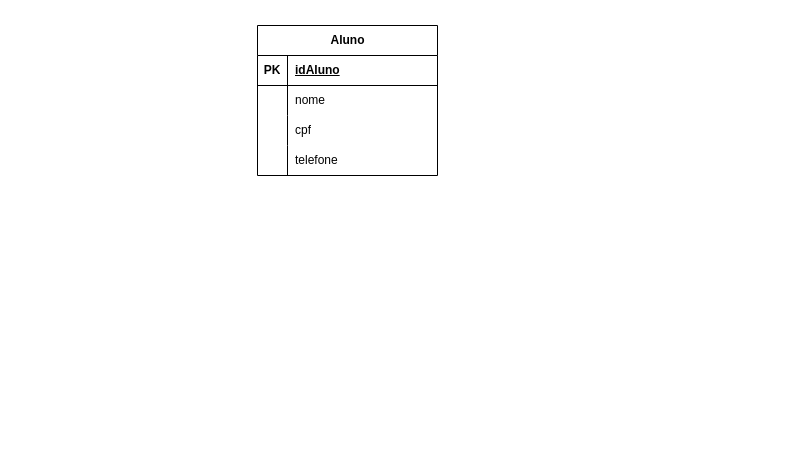
churial15/Banco_de_dados keeps this draw.io diagram as DER-Lógico.drawio. Above is the earlier version. Source tidied: cells renumbered, new cells numbered last; positions are measured from the earlier drawing's top-left corner, leaving out a move shared by most shapes. Both pictures are drawn from the tidied source at 100%, with x=0, y=0 at pixel (257, 25).
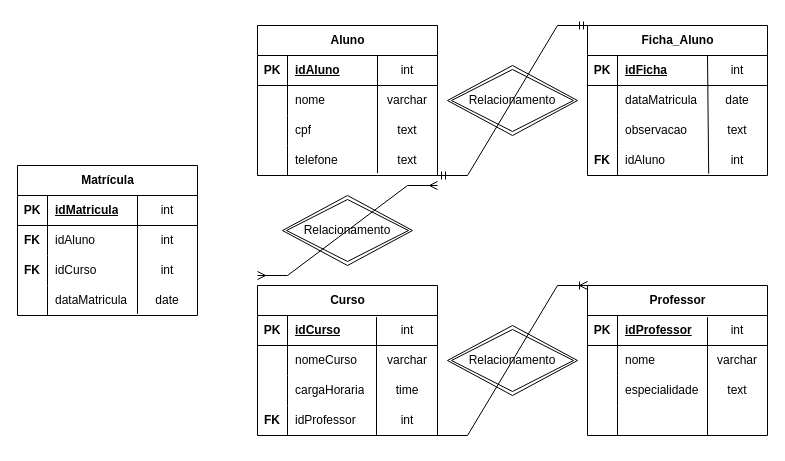
The same diagram, later.

The change refers to these unchanged cells:
```xml
<mxCell id="2" value="Aluno" style="shape=table;startSize=30;childLayout=tableLayout;rowLines=0;fontStyle=1;align=center;html=1;" parent="1" vertex="1">
  <mxGeometry width="180" height="150" as="geometry" />
</mxCell>
```

Change to the diagram source:
```diff
@@
+    <mxCell id="15" style="endArrow=none;html=1;rounded=0;entryX=0.799;entryY=0.047;entryDx=0;entryDy=0;entryPerimeter=0;exitX=0.799;exitY=0.967;exitDx=0;exitDy=0;exitPerimeter=0;" parent="2" edge="1">
+      <mxGeometry relative="1" as="geometry">
+        <mxPoint x="120" y="147.6" as="sourcePoint" />
+        <mxPoint x="120" y="30" as="targetPoint" />
+      </mxGeometry>
+    </mxCell>
@@
+    <mxCell id="16" value="Ficha_Aluno" style="shape=table;startSize=30;childLayout=tableLayout;rowLines=0;fontStyle=1;align=center;html=1;" parent="1" vertex="1">
+      <mxGeometry x="330" width="180" height="150" as="geometry" />
+    </mxCell>
+    <mxCell id="17" style="shape=tableRow;horizontal=0;startSize=0;swimlaneHead=0;swimlaneBody=0;fillColor=none;top=0;left=0;right=0;bottom=1;" parent="16" vertex="1">
+      <mxGeometry y="30" width="180" height="30" as="geometry" />
+    </mxCell>
+    <mxCell id="18" value="PK" style="shape=partialRectangle;fillColor=none;top=0;left=0;bottom=0;right=0;fontStyle=1;overflow=hidden;whiteSpace=wrap;html=1;" parent="17" vertex="1">
+      <mxGeometry width="30" height="30" as="geometry" />
+    </mxCell>
+    <mxCell id="19" value="idFicha" style="shape=partialRectangle;fillColor=none;top=0;left=0;bottom=0;right=0;align=left;spacingLeft=6;fontStyle=5;overflow=hidden;whiteSpace=wrap;html=1;" parent="17" vertex="1">
+      <mxGeometry x="30" width="150" height="30" as="geometry" />
+    </mxCell>
+    <mxCell id="20" style="shape=tableRow;horizontal=0;startSize=0;swimlaneHead=0;swimlaneBody=0;fillColor=none;top=0;left=0;right=0;bottom=0;" parent="16" vertex="1">
+      <mxGeometry y="60" width="180" height="30" as="geometry" />
+    </mxCell>
+    <mxCell id="21" style="shape=partialRectangle;fillColor=none;top=0;left=0;bottom=0;right=0;overflow=hidden;whiteSpace=wrap;html=1;" parent="20" vertex="1">
+      <mxGeometry width="30" height="30" as="geometry" />
+    </mxCell>
+    <mxCell id="22" value="dataMatricula" style="shape=partialRectangle;fillColor=none;top=0;left=0;bottom=0;right=0;align=left;spacingLeft=6;overflow=hidden;whiteSpace=wrap;html=1;" parent="20" vertex="1">
+      <mxGeometry x="30" width="150" height="30" as="geometry" />
+    </mxCell>
+    <mxCell id="23" style="shape=tableRow;horizontal=0;startSize=0;swimlaneHead=0;swimlaneBody=0;fillColor=none;top=0;left=0;right=0;bottom=0;" parent="16" vertex="1">
+      <mxGeometry y="90" width="180" height="30" as="geometry" />
+    </mxCell>
+    <mxCell id="24" style="shape=partialRectangle;fillColor=none;top=0;left=0;bottom=0;right=0;overflow=hidden;whiteSpace=wrap;html=1;" parent="23" vertex="1">
+      <mxGeometry width="30" height="30" as="geometry" />
+    </mxCell>
+    <mxCell id="25" value="observacao" style="shape=partialRectangle;fillColor=none;top=0;left=0;bottom=0;right=0;align=left;spacingLeft=6;overflow=hidden;whiteSpace=wrap;html=1;" parent="23" vertex="1">
+      <mxGeometry x="30" width="150" height="30" as="geometry" />
+    </mxCell>
+    <mxCell id="26" style="endArrow=none;html=1;rounded=0;exitX=0.801;exitY=0.94;exitDx=0;exitDy=0;exitPerimeter=0;" parent="16" edge="1">
+      <mxGeometry relative="1" as="geometry">
+        <mxPoint x="121.2" y="148.2" as="sourcePoint" />
+        <mxPoint x="120" y="30" as="targetPoint" />
+      </mxGeometry>
+    </mxCell>
+    <mxCell id="27" style="shape=tableRow;horizontal=0;startSize=0;swimlaneHead=0;swimlaneBody=0;fillColor=none;top=0;left=0;right=0;bottom=0;" parent="16" vertex="1">
+      <mxGeometry y="120" width="180" height="30" as="geometry" />
+    </mxCell>
+    <mxCell id="28" value="&lt;b&gt;FK&lt;/b&gt;" style="shape=partialRectangle;fillColor=none;top=0;left=0;bottom=0;right=0;overflow=hidden;whiteSpace=wrap;html=1;" parent="27" vertex="1">
+      <mxGeometry width="30" height="30" as="geometry" />
+    </mxCell>
+    <mxCell id="29" value="idAluno" style="shape=partialRectangle;fillColor=none;top=0;left=0;bottom=0;right=0;align=left;spacingLeft=6;overflow=hidden;whiteSpace=wrap;html=1;" parent="27" vertex="1">
+      <mxGeometry x="30" width="150" height="30" as="geometry" />
+    </mxCell>
+    <mxCell id="30" value="Professor" style="shape=table;startSize=30;childLayout=tableLayout;rowLines=0;fontStyle=1;align=center;html=1;" parent="1" vertex="1">
+      <mxGeometry x="330" y="260" width="180" height="150" as="geometry" />
+    </mxCell>
+    <mxCell id="31" style="shape=tableRow;horizontal=0;startSize=0;swimlaneHead=0;swimlaneBody=0;fillColor=none;top=0;left=0;right=0;bottom=1;" parent="30" vertex="1">
+      <mxGeometry y="30" width="180" height="30" as="geometry" />
+    </mxCell>
+    <mxCell id="32" value="PK" style="shape=partialRectangle;fillColor=none;top=0;left=0;bottom=0;right=0;fontStyle=1;overflow=hidden;whiteSpace=wrap;html=1;" parent="31" vertex="1">
+      <mxGeometry width="30" height="30" as="geometry" />
+    </mxCell>
+    <mxCell id="33" value="idProfessor" style="shape=partialRectangle;fillColor=none;top=0;left=0;bottom=0;right=0;align=left;spacingLeft=6;fontStyle=5;overflow=hidden;whiteSpace=wrap;html=1;" parent="31" vertex="1">
+      <mxGeometry x="30" width="150" height="30" as="geometry" />
+    </mxCell>
+    <mxCell id="34" style="shape=tableRow;horizontal=0;startSize=0;swimlaneHead=0;swimlaneBody=0;fillColor=none;top=0;left=0;right=0;bottom=0;" parent="30" vertex="1">
+      <mxGeometry y="60" width="180" height="30" as="geometry" />
+    </mxCell>
+    <mxCell id="35" style="shape=partialRectangle;fillColor=none;top=0;left=0;bottom=0;right=0;overflow=hidden;whiteSpace=wrap;html=1;" parent="34" vertex="1">
+      <mxGeometry width="30" height="30" as="geometry" />
+    </mxCell>
+    <mxCell id="36" value="nome" style="shape=partialRectangle;fillColor=none;top=0;left=0;bottom=0;right=0;align=left;spacingLeft=6;overflow=hidden;whiteSpace=wrap;html=1;" parent="34" vertex="1">
+      <mxGeometry x="30" width="150" height="30" as="geometry" />
+    </mxCell>
+    <mxCell id="37" style="shape=tableRow;horizontal=0;startSize=0;swimlaneHead=0;swimlaneBody=0;fillColor=none;top=0;left=0;right=0;bottom=0;" parent="30" vertex="1">
+      <mxGeometry y="90" width="180" height="30" as="geometry" />
+    </mxCell>
+    <mxCell id="38" style="shape=partialRectangle;fillColor=none;top=0;left=0;bottom=0;right=0;overflow=hidden;whiteSpace=wrap;html=1;" parent="37" vertex="1">
+      <mxGeometry width="30" height="30" as="geometry" />
+    </mxCell>
+    <mxCell id="39" value="especialidade" style="shape=partialRectangle;fillColor=none;top=0;left=0;bottom=0;right=0;align=left;spacingLeft=6;overflow=hidden;whiteSpace=wrap;html=1;" parent="37" vertex="1">
+      <mxGeometry x="30" width="150" height="30" as="geometry" />
+    </mxCell>
+    <mxCell id="40" style="shape=tableRow;horizontal=0;startSize=0;swimlaneHead=0;swimlaneBody=0;fillColor=none;top=0;left=0;right=0;bottom=0;" parent="30" vertex="1">
+      <mxGeometry y="120" width="180" height="30" as="geometry" />
+    </mxCell>
+    <mxCell id="41" style="shape=partialRectangle;fillColor=none;top=0;left=0;bottom=0;right=0;overflow=hidden;whiteSpace=wrap;html=1;" parent="40" vertex="1">
+      <mxGeometry width="30" height="30" as="geometry" />
+    </mxCell>
+    <mxCell id="42" style="shape=partialRectangle;fillColor=none;top=0;left=0;bottom=0;right=0;align=left;spacingLeft=6;overflow=hidden;whiteSpace=wrap;html=1;" parent="40" vertex="1">
+      <mxGeometry x="30" width="150" height="30" as="geometry" />
+    </mxCell>
+    <mxCell id="43" style="endArrow=none;html=1;rounded=0;entryX=0.797;entryY=-0.007;entryDx=0;entryDy=0;entryPerimeter=0;exitX=0.797;exitY=0.94;exitDx=0;exitDy=0;exitPerimeter=0;" parent="30" edge="1">
+      <mxGeometry relative="1" as="geometry">
+        <mxPoint x="120" y="150" as="sourcePoint" />
+        <mxPoint x="120" y="31.6" as="targetPoint" />
+      </mxGeometry>
+    </mxCell>
+    <mxCell id="44" value="Curso" style="shape=table;startSize=30;childLayout=tableLayout;rowLines=0;fontStyle=1;align=center;html=1;" parent="1" vertex="1">
+      <mxGeometry y="260" width="180" height="150" as="geometry" />
+    </mxCell>
+    <mxCell id="45" style="shape=tableRow;horizontal=0;startSize=0;swimlaneHead=0;swimlaneBody=0;fillColor=none;top=0;left=0;right=0;bottom=1;" parent="44" vertex="1">
+      <mxGeometry y="30" width="180" height="30" as="geometry" />
+    </mxCell>
+    <mxCell id="46" value="PK" style="shape=partialRectangle;fillColor=none;top=0;left=0;bottom=0;right=0;fontStyle=1;overflow=hidden;whiteSpace=wrap;html=1;" parent="45" vertex="1">
+      <mxGeometry width="30" height="30" as="geometry" />
+    </mxCell>
+    <mxCell id="47" value="idCurso" style="shape=partialRectangle;fillColor=none;top=0;left=0;bottom=0;right=0;align=left;spacingLeft=6;fontStyle=5;overflow=hidden;whiteSpace=wrap;html=1;" parent="45" vertex="1">
+      <mxGeometry x="30" width="150" height="30" as="geometry" />
+    </mxCell>
+    <mxCell id="48" style="shape=tableRow;horizontal=0;startSize=0;swimlaneHead=0;swimlaneBody=0;fillColor=none;top=0;left=0;right=0;bottom=0;" parent="44" vertex="1">
+      <mxGeometry y="60" width="180" height="30" as="geometry" />
+    </mxCell>
+    <mxCell id="49" style="shape=partialRectangle;fillColor=none;top=0;left=0;bottom=0;right=0;overflow=hidden;whiteSpace=wrap;html=1;" parent="48" vertex="1">
+      <mxGeometry width="30" height="30" as="geometry" />
+    </mxCell>
+    <mxCell id="50" value="nomeCurso" style="shape=partialRectangle;fillColor=none;top=0;left=0;bottom=0;right=0;align=left;spacingLeft=6;overflow=hidden;whiteSpace=wrap;html=1;" parent="48" vertex="1">
+      <mxGeometry x="30" width="150" height="30" as="geometry" />
+    </mxCell>
+    <mxCell id="51" style="shape=tableRow;horizontal=0;startSize=0;swimlaneHead=0;swimlaneBody=0;fillColor=none;top=0;left=0;right=0;bottom=0;" parent="44" vertex="1">
+      <mxGeometry y="90" width="180" height="30" as="geometry" />
+    </mxCell>
+    <mxCell id="52" style="shape=partialRectangle;fillColor=none;top=0;left=0;bottom=0;right=0;overflow=hidden;whiteSpace=wrap;html=1;" parent="51" vertex="1">
+      <mxGeometry width="30" height="30" as="geometry" />
+    </mxCell>
+    <mxCell id="53" value="cargaHoraria" style="shape=partialRectangle;fillColor=none;top=0;left=0;bottom=0;right=0;align=left;spacingLeft=6;overflow=hidden;whiteSpace=wrap;html=1;" parent="51" vertex="1">
+      <mxGeometry x="30" width="150" height="30" as="geometry" />
+    </mxCell>
+    <mxCell id="54" style="shape=tableRow;horizontal=0;startSize=0;swimlaneHead=0;swimlaneBody=0;fillColor=none;top=0;left=0;right=0;bottom=0;" parent="44" vertex="1">
+      <mxGeometry y="120" width="180" height="30" as="geometry" />
+    </mxCell>
+    <mxCell id="55" value="&lt;b&gt;FK&lt;/b&gt;" style="shape=partialRectangle;fillColor=none;top=0;left=0;bottom=0;right=0;overflow=hidden;whiteSpace=wrap;html=1;" parent="54" vertex="1">
+      <mxGeometry width="30" height="30" as="geometry" />
+    </mxCell>
+    <mxCell id="56" value="idProfessor" style="shape=partialRectangle;fillColor=none;top=0;left=0;bottom=0;right=0;align=left;spacingLeft=6;overflow=hidden;whiteSpace=wrap;html=1;" parent="54" vertex="1">
+      <mxGeometry x="30" width="150" height="30" as="geometry" />
+    </mxCell>
+    <mxCell id="57" value="Matrícula" style="shape=table;startSize=30;childLayout=tableLayout;rowLines=0;fontStyle=1;align=center;html=1;" parent="1" vertex="1">
+      <mxGeometry x="-240" y="140" width="180" height="150" as="geometry" />
+    </mxCell>
+    <mxCell id="58" style="shape=tableRow;horizontal=0;startSize=0;swimlaneHead=0;swimlaneBody=0;fillColor=none;top=0;left=0;right=0;bottom=1;" parent="57" vertex="1">
+      <mxGeometry y="30" width="180" height="30" as="geometry" />
+    </mxCell>
+    <mxCell id="59" value="PK" style="shape=partialRectangle;fillColor=none;top=0;left=0;bottom=0;right=0;fontStyle=1;overflow=hidden;whiteSpace=wrap;html=1;" parent="58" vertex="1">
+      <mxGeometry width="30" height="30" as="geometry" />
+    </mxCell>
+    <mxCell id="60" value="idMatricula" style="shape=partialRectangle;fillColor=none;top=0;left=0;bottom=0;right=0;align=left;spacingLeft=6;fontStyle=5;overflow=hidden;whiteSpace=wrap;html=1;" parent="58" vertex="1">
+      <mxGeometry x="30" width="150" height="30" as="geometry" />
+    </mxCell>
+    <mxCell id="61" style="shape=tableRow;horizontal=0;startSize=0;swimlaneHead=0;swimlaneBody=0;fillColor=none;top=0;left=0;right=0;bottom=0;" parent="57" vertex="1">
+      <mxGeometry y="60" width="180" height="30" as="geometry" />
+    </mxCell>
+    <mxCell id="62" value="&lt;b&gt;FK&lt;/b&gt;" style="shape=partialRectangle;fillColor=none;top=0;left=0;bottom=0;right=0;overflow=hidden;whiteSpace=wrap;html=1;" parent="61" vertex="1">
+      <mxGeometry width="30" height="30" as="geometry" />
+    </mxCell>
+    <mxCell id="63" value="idAluno" style="shape=partialRectangle;fillColor=none;top=0;left=0;bottom=0;right=0;align=left;spacingLeft=6;overflow=hidden;whiteSpace=wrap;html=1;" parent="61" vertex="1">
+      <mxGeometry x="30" width="150" height="30" as="geometry" />
+    </mxCell>
+    <mxCell id="64" style="shape=tableRow;horizontal=0;startSize=0;swimlaneHead=0;swimlaneBody=0;fillColor=none;top=0;left=0;right=0;bottom=0;" parent="57" vertex="1">
+      <mxGeometry y="90" width="180" height="30" as="geometry" />
+    </mxCell>
+    <mxCell id="65" value="&lt;b&gt;FK&lt;/b&gt;" style="shape=partialRectangle;fillColor=none;top=0;left=0;bottom=0;right=0;overflow=hidden;whiteSpace=wrap;html=1;" parent="64" vertex="1">
+      <mxGeometry width="30" height="30" as="geometry" />
+    </mxCell>
+    <mxCell id="66" value="idCurso" style="shape=partialRectangle;fillColor=none;top=0;left=0;bottom=0;right=0;align=left;spacingLeft=6;overflow=hidden;whiteSpace=wrap;html=1;" parent="64" vertex="1">
+      <mxGeometry x="30" width="150" height="30" as="geometry" />
+    </mxCell>
+    <mxCell id="67" style="shape=tableRow;horizontal=0;startSize=0;swimlaneHead=0;swimlaneBody=0;fillColor=none;top=0;left=0;right=0;bottom=0;" parent="57" vertex="1">
+      <mxGeometry y="120" width="180" height="30" as="geometry" />
+    </mxCell>
+    <mxCell id="68" style="shape=partialRectangle;fillColor=none;top=0;left=0;bottom=0;right=0;overflow=hidden;whiteSpace=wrap;html=1;" parent="67" vertex="1">
+      <mxGeometry width="30" height="30" as="geometry" />
+    </mxCell>
+    <mxCell id="69" value="dataMatricula" style="shape=partialRectangle;fillColor=none;top=0;left=0;bottom=0;right=0;align=left;spacingLeft=6;overflow=hidden;whiteSpace=wrap;html=1;" parent="67" vertex="1">
+      <mxGeometry x="30" width="150" height="30" as="geometry" />
+    </mxCell>
+    <mxCell id="70" value="Relacionamento" style="shape=rhombus;double=1;perimeter=rhombusPerimeter;whiteSpace=wrap;html=1;align=center;" parent="1" vertex="1">
+      <mxGeometry x="190" y="40" width="130" height="70" as="geometry" />
+    </mxCell>
+    <mxCell id="71" value="Relacionamento" style="shape=rhombus;double=1;perimeter=rhombusPerimeter;whiteSpace=wrap;html=1;align=center;" parent="1" vertex="1">
+      <mxGeometry x="190" y="300" width="130" height="70" as="geometry" />
+    </mxCell>
+    <mxCell id="72" value="Relacionamento" style="shape=rhombus;double=1;perimeter=rhombusPerimeter;whiteSpace=wrap;html=1;align=center;" parent="1" vertex="1">
+      <mxGeometry x="25" y="170" width="130" height="70" as="geometry" />
+    </mxCell>
+    <mxCell id="73" value="int" style="text;html=1;whiteSpace=wrap;strokeColor=none;fillColor=none;align=center;verticalAlign=middle;rounded=0;" parent="1" vertex="1">
+      <mxGeometry x="120" y="30" width="60" height="30" as="geometry" />
+    </mxCell>
+    <mxCell id="74" value="varchar" style="text;html=1;whiteSpace=wrap;strokeColor=none;fillColor=none;align=center;verticalAlign=middle;rounded=0;" parent="1" vertex="1">
+      <mxGeometry x="120" y="60" width="60" height="30" as="geometry" />
+    </mxCell>
+    <mxCell id="75" value="text" style="text;html=1;whiteSpace=wrap;strokeColor=none;fillColor=none;align=center;verticalAlign=middle;rounded=0;" parent="1" vertex="1">
+      <mxGeometry x="120" y="90" width="60" height="30" as="geometry" />
+    </mxCell>
+    <mxCell id="76" value="text" style="text;html=1;whiteSpace=wrap;strokeColor=none;fillColor=none;align=center;verticalAlign=middle;rounded=0;" parent="1" vertex="1">
+      <mxGeometry x="120" y="120" width="60" height="30" as="geometry" />
+    </mxCell>
+    <mxCell id="77" value="int" style="text;html=1;whiteSpace=wrap;strokeColor=none;fillColor=none;align=center;verticalAlign=middle;rounded=0;" parent="1" vertex="1">
+      <mxGeometry x="450" y="30" width="60" height="30" as="geometry" />
+    </mxCell>
+    <mxCell id="78" value="date" style="text;html=1;whiteSpace=wrap;strokeColor=none;fillColor=none;align=center;verticalAlign=middle;rounded=0;" parent="1" vertex="1">
+      <mxGeometry x="450" y="60" width="60" height="30" as="geometry" />
+    </mxCell>
+    <mxCell id="79" value="text" style="text;html=1;whiteSpace=wrap;strokeColor=none;fillColor=none;align=center;verticalAlign=middle;rounded=0;" parent="1" vertex="1">
+      <mxGeometry x="450" y="90" width="60" height="30" as="geometry" />
+    </mxCell>
+    <mxCell id="80" value="int" style="text;html=1;whiteSpace=wrap;strokeColor=none;fillColor=none;align=center;verticalAlign=middle;rounded=0;" parent="1" vertex="1">
+      <mxGeometry x="450" y="120" width="60" height="30" as="geometry" />
+    </mxCell>
+    <mxCell id="81" style="endArrow=none;html=1;rounded=0;entryX=0.797;entryY=-0.007;entryDx=0;entryDy=0;entryPerimeter=0;exitX=0.797;exitY=0.94;exitDx=0;exitDy=0;exitPerimeter=0;" parent="1" edge="1">
+      <mxGeometry relative="1" as="geometry">
+        <mxPoint x="119" y="410" as="sourcePoint" />
+        <mxPoint x="119" y="291.6" as="targetPoint" />
+      </mxGeometry>
+    </mxCell>
+    <mxCell id="82" style="endArrow=none;html=1;rounded=0;entryX=0.797;entryY=-0.007;entryDx=0;entryDy=0;entryPerimeter=0;exitX=0.797;exitY=0.94;exitDx=0;exitDy=0;exitPerimeter=0;" parent="1" edge="1">
+      <mxGeometry relative="1" as="geometry">
+        <mxPoint x="-120" y="288.4" as="sourcePoint" />
+        <mxPoint x="-120" y="170" as="targetPoint" />
+      </mxGeometry>
+    </mxCell>
+    <mxCell id="83" value="int" style="text;html=1;whiteSpace=wrap;strokeColor=none;fillColor=none;align=center;verticalAlign=middle;rounded=0;" parent="1" vertex="1">
+      <mxGeometry x="450" y="290" width="60" height="30" as="geometry" />
+    </mxCell>
+    <mxCell id="84" value="varchar" style="text;html=1;whiteSpace=wrap;strokeColor=none;fillColor=none;align=center;verticalAlign=middle;rounded=0;" parent="1" vertex="1">
+      <mxGeometry x="450" y="320" width="60" height="30" as="geometry" />
+    </mxCell>
+    <mxCell id="85" value="text" style="text;html=1;whiteSpace=wrap;strokeColor=none;fillColor=none;align=center;verticalAlign=middle;rounded=0;" parent="1" vertex="1">
+      <mxGeometry x="450" y="350" width="60" height="30" as="geometry" />
+    </mxCell>
+    <mxCell id="86" value="int" style="text;html=1;whiteSpace=wrap;strokeColor=none;fillColor=none;align=center;verticalAlign=middle;rounded=0;" parent="1" vertex="1">
+      <mxGeometry x="120" y="290" width="60" height="30" as="geometry" />
+    </mxCell>
+    <mxCell id="87" value="varchar" style="text;html=1;whiteSpace=wrap;strokeColor=none;fillColor=none;align=center;verticalAlign=middle;rounded=0;" parent="1" vertex="1">
+      <mxGeometry x="120" y="320" width="60" height="30" as="geometry" />
+    </mxCell>
+    <mxCell id="88" value="time" style="text;html=1;whiteSpace=wrap;strokeColor=none;fillColor=none;align=center;verticalAlign=middle;rounded=0;" parent="1" vertex="1">
+      <mxGeometry x="120" y="350" width="60" height="30" as="geometry" />
+    </mxCell>
+    <mxCell id="89" value="int" style="text;html=1;whiteSpace=wrap;strokeColor=none;fillColor=none;align=center;verticalAlign=middle;rounded=0;" parent="1" vertex="1">
+      <mxGeometry x="120" y="380" width="60" height="30" as="geometry" />
+    </mxCell>
+    <mxCell id="90" value="int" style="text;html=1;whiteSpace=wrap;strokeColor=none;fillColor=none;align=center;verticalAlign=middle;rounded=0;" parent="1" vertex="1">
+      <mxGeometry x="-120" y="170" width="60" height="30" as="geometry" />
+    </mxCell>
+    <mxCell id="91" value="int" style="text;html=1;whiteSpace=wrap;strokeColor=none;fillColor=none;align=center;verticalAlign=middle;rounded=0;" parent="1" vertex="1">
+      <mxGeometry x="-120" y="200" width="60" height="30" as="geometry" />
+    </mxCell>
+    <mxCell id="92" value="int" style="text;html=1;whiteSpace=wrap;strokeColor=none;fillColor=none;align=center;verticalAlign=middle;rounded=0;" parent="1" vertex="1">
+      <mxGeometry x="-120" y="230" width="60" height="30" as="geometry" />
+    </mxCell>
+    <mxCell id="93" value="date" style="text;html=1;whiteSpace=wrap;strokeColor=none;fillColor=none;align=center;verticalAlign=middle;rounded=0;" parent="1" vertex="1">
+      <mxGeometry x="-120" y="260" width="60" height="30" as="geometry" />
+    </mxCell>
+    <mxCell id="94" style="edgeStyle=entityRelationEdgeStyle;fontSize=12;html=1;endArrow=ERoneToMany;rounded=0;entryX=0;entryY=0;entryDx=0;entryDy=0;" parent="1" edge="1" target="30">
+      <mxGeometry relative="1" as="geometry">
+        <mxPoint x="180" y="410" as="sourcePoint" />
+      </mxGeometry>
+    </mxCell>
+    <mxCell id="95" style="edgeStyle=entityRelationEdgeStyle;fontSize=12;html=1;endArrow=ERmandOne;startArrow=ERmandOne;rounded=0;entryX=0;entryY=0;entryDx=0;entryDy=0;" parent="1" edge="1" target="16">
+      <mxGeometry relative="1" as="geometry">
+        <mxPoint x="180" y="150" as="sourcePoint" />
+      </mxGeometry>
+    </mxCell>
+    <mxCell id="96" style="edgeStyle=entityRelationEdgeStyle;fontSize=12;html=1;endArrow=ERmany;startArrow=ERmany;rounded=0;" parent="1" edge="1">
+      <mxGeometry relative="1" as="geometry">
+        <mxPoint y="250" as="sourcePoint" />
+        <mxPoint x="180" y="160" as="targetPoint" />
+      </mxGeometry>
+    </mxCell>
```
